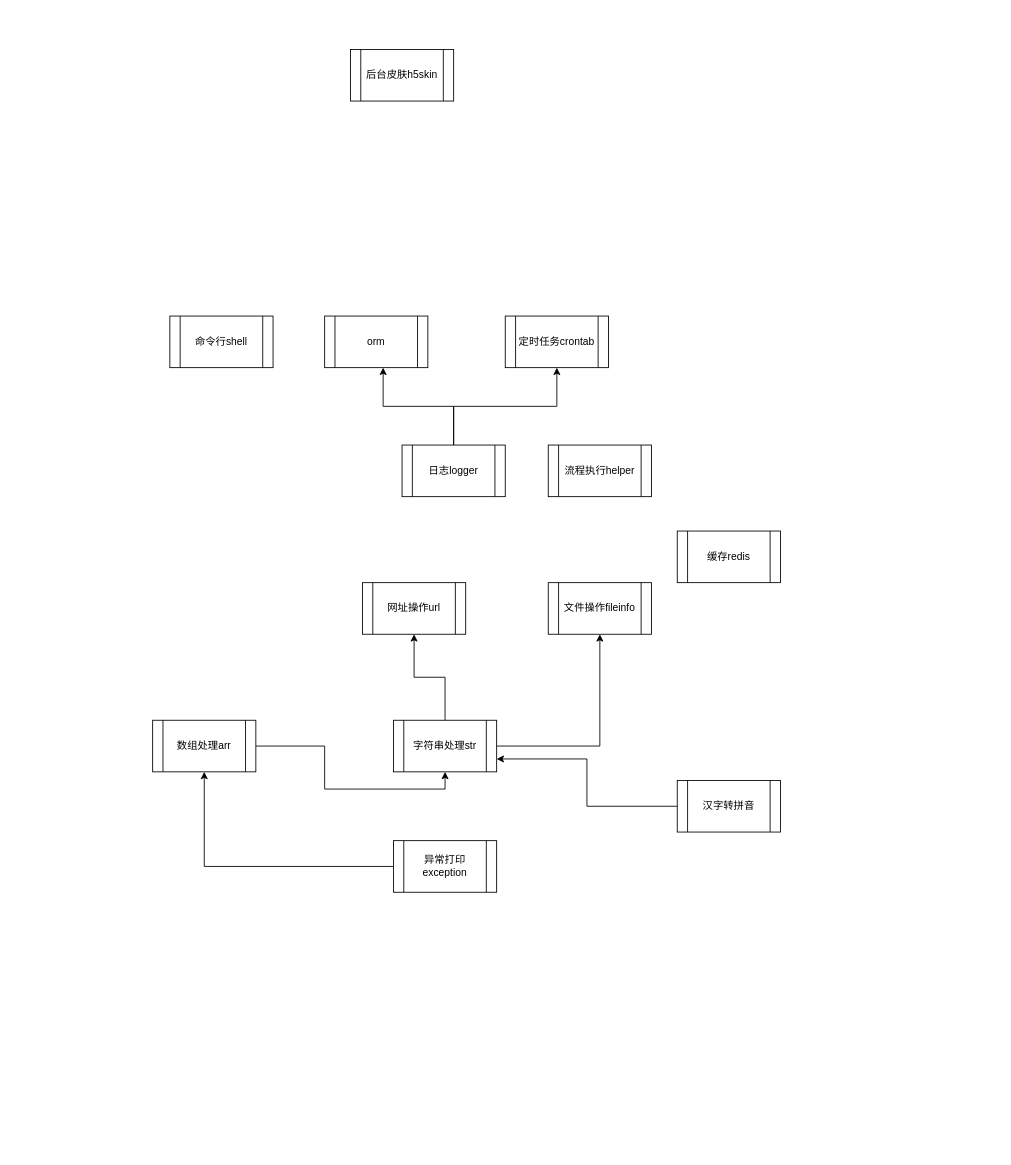
This is 架构代码责任划分.drawio from xltxlm/filesystem, a draw.io file, before an edit. Source tidied: cells renumbered, new cells numbered last; positions are measured from the earlier drawing's top-left corner, leaving out a move shared by most shapes. Both pictures are drawn from the tidied source at 86%, with x=0, y=0 at pixel (152, 49).
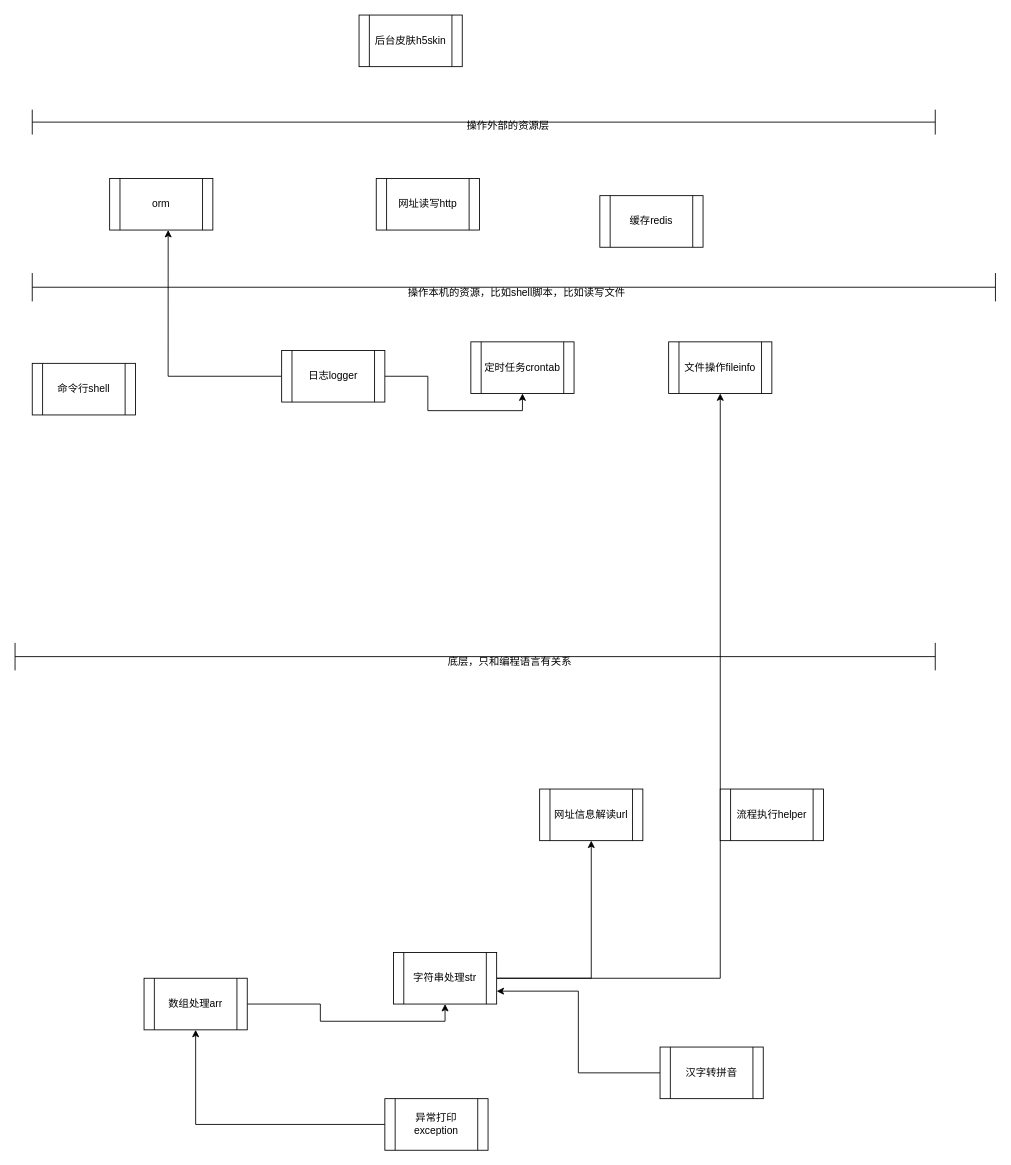
Above is the later version.

Commit message (it also covers changes not shown here):
更新架构代码责任划分.drawio

Change to the diagram source:
```diff
@@
     <mxCell id="4" value="字符串处理str" style="shape=process;whiteSpace=wrap;html=1;backgroundOutline=1;" parent="1" vertex="1">
-      <mxGeometry x="280" y="780" width="120" height="60" as="geometry" />
+      <mxGeometry x="280" y="1050" width="120" height="60" as="geometry" />
     </mxCell>
@@
     <mxCell id="6" value="数组处理arr" style="shape=process;whiteSpace=wrap;html=1;backgroundOutline=1;" parent="1" vertex="1">
-      <mxGeometry y="780" width="120" height="60" as="geometry" />
+      <mxGeometry x="-10" y="1080" width="120" height="60" as="geometry" />
     </mxCell>
@@
     <mxCell id="9" value="日志logger" style="shape=process;whiteSpace=wrap;html=1;backgroundOutline=1;" parent="1" vertex="1">
-      <mxGeometry x="290" y="460" width="120" height="60" as="geometry" />
+      <mxGeometry x="150" y="350" width="120" height="60" as="geometry" />
     </mxCell>
     <mxCell id="10" value="流程执行helper" style="shape=process;whiteSpace=wrap;html=1;backgroundOutline=1;" parent="1" vertex="1">
-      <mxGeometry x="460" y="460" width="120" height="60" as="geometry" />
+      <mxGeometry x="660" y="860" width="120" height="60" as="geometry" />
     </mxCell>
     <mxCell id="11" value="定时任务crontab" style="shape=process;whiteSpace=wrap;html=1;backgroundOutline=1;" parent="1" vertex="1">
-      <mxGeometry x="410" y="310" width="120" height="60" as="geometry" />
+      <mxGeometry x="370" y="340" width="120" height="60" as="geometry" />
     </mxCell>
     <mxCell id="12" value="orm" style="shape=process;whiteSpace=wrap;html=1;backgroundOutline=1;" parent="1" vertex="1">
-      <mxGeometry x="200" y="310" width="120" height="60" as="geometry" />
+      <mxGeometry x="-50" y="150" width="120" height="60" as="geometry" />
     </mxCell>
     <mxCell id="13" value="命令行shell" style="shape=process;whiteSpace=wrap;html=1;backgroundOutline=1;" parent="1" vertex="1">
-      <mxGeometry x="20" y="310" width="120" height="60" as="geometry" />
+      <mxGeometry x="-140" y="365" width="120" height="60" as="geometry" />
     </mxCell>
@@
     <mxCell id="15" value="异常打印exception" style="shape=process;whiteSpace=wrap;html=1;backgroundOutline=1;" parent="1" vertex="1">
-      <mxGeometry x="280" y="920" width="120" height="60" as="geometry" />
+      <mxGeometry x="270" y="1220" width="120" height="60" as="geometry" />
     </mxCell>
-    <mxCell id="16" value="网址操作url" style="shape=process;whiteSpace=wrap;html=1;backgroundOutline=1;" parent="1" vertex="1">
-      <mxGeometry x="244" y="620" width="120" height="60" as="geometry" />
+    <mxCell id="16" value="网址信息解读url" style="shape=process;whiteSpace=wrap;html=1;backgroundOutline=1;" parent="1" vertex="1">
+      <mxGeometry x="450" y="860" width="120" height="60" as="geometry" />
     </mxCell>
     <mxCell id="17" value="文件操作fileinfo" style="shape=process;whiteSpace=wrap;html=1;backgroundOutline=1;" parent="1" vertex="1">
-      <mxGeometry x="460" y="620" width="120" height="60" as="geometry" />
+      <mxGeometry x="600" y="340" width="120" height="60" as="geometry" />
     </mxCell>
@@
     <mxCell id="19" value="汉字转拼音" style="shape=process;whiteSpace=wrap;html=1;backgroundOutline=1;" parent="1" vertex="1">
-      <mxGeometry x="610" y="850" width="120" height="60" as="geometry" />
+      <mxGeometry x="590" y="1160" width="120" height="60" as="geometry" />
     </mxCell>
     <mxCell id="20" value="缓存redis" style="shape=process;whiteSpace=wrap;html=1;backgroundOutline=1;" parent="1" vertex="1">
-      <mxGeometry x="610" y="560" width="120" height="60" as="geometry" />
+      <mxGeometry x="520" y="170" width="120" height="60" as="geometry" />
     </mxCell>
     <mxCell id="21" value="后台皮肤h5skin" style="shape=process;whiteSpace=wrap;html=1;backgroundOutline=1;" parent="1" vertex="1">
-      <mxGeometry x="230" width="120" height="60" as="geometry" />
+      <mxGeometry x="240" y="-40" width="120" height="60" as="geometry" />
     </mxCell>
+    <mxCell id="22" style="shape=crossbar;whiteSpace=wrap;html=1;rounded=1;" parent="1" vertex="1">
+      <mxGeometry x="-160" y="690" width="1070" height="32" as="geometry" />
+    </mxCell>
+    <mxCell id="23" value="底层，只和编程语言有关系" style="text;html=1;align=center;verticalAlign=middle;" parent="22" vertex="1">
+      <mxGeometry x="495" y="12" width="160" height="20" as="geometry" />
+    </mxCell>
+    <mxCell id="24" style="shape=crossbar;whiteSpace=wrap;html=1;rounded=1;" parent="1" vertex="1">
+      <mxGeometry x="-140" y="70" width="1050" height="29" as="geometry" />
+    </mxCell>
+    <mxCell id="25" value="操作外部的资源层" style="text;html=1;align=center;verticalAlign=middle;" parent="24" vertex="1">
+      <mxGeometry x="498" y="9" width="110" height="20" as="geometry" />
+    </mxCell>
+    <mxCell id="26" style="shape=crossbar;whiteSpace=wrap;html=1;rounded=1;" parent="1" vertex="1">
+      <mxGeometry x="-140" y="260" width="1120" height="33" as="geometry" />
+    </mxCell>
+    <mxCell id="27" value="操作本机的资源，比如shell脚本，比如读写文件" style="text;html=1;align=center;verticalAlign=middle;" parent="26" vertex="1">
+      <mxGeometry x="428" y="13" width="270" height="20" as="geometry" />
+    </mxCell>
+    <mxCell id="28" value="网址读写http" style="shape=process;whiteSpace=wrap;html=1;backgroundOutline=1;" parent="1" vertex="1">
+      <mxGeometry x="260" y="150" width="120" height="60" as="geometry" />
+    </mxCell>
```
